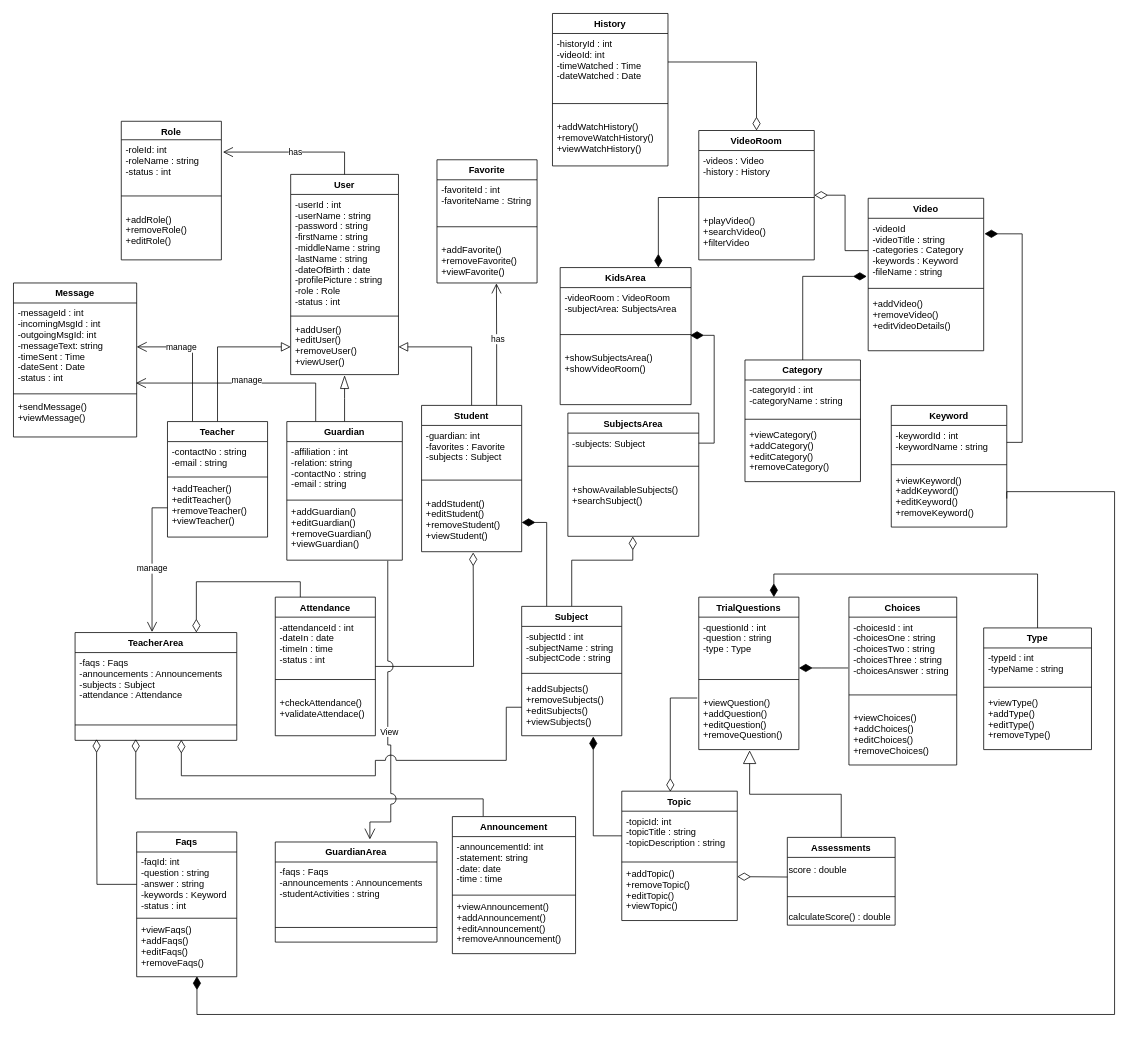
Earlier version of the draw.io diagram page "ClassDiagram" (1 of 10) of REVISIONS 5-30-2021/UML-DIAGRAMS/5-29-2021 Diagrams.drawio (mrklglsn/CAPSTONE-FILES). Source tidied: cells renumbered, new cells numbered last; positions are measured from the earlier drawing's top-left corner, leaving out a move shared by most shapes. Both pictures are drawn from the tidied source at 77%, with x=0, y=0 at pixel (13, 13).
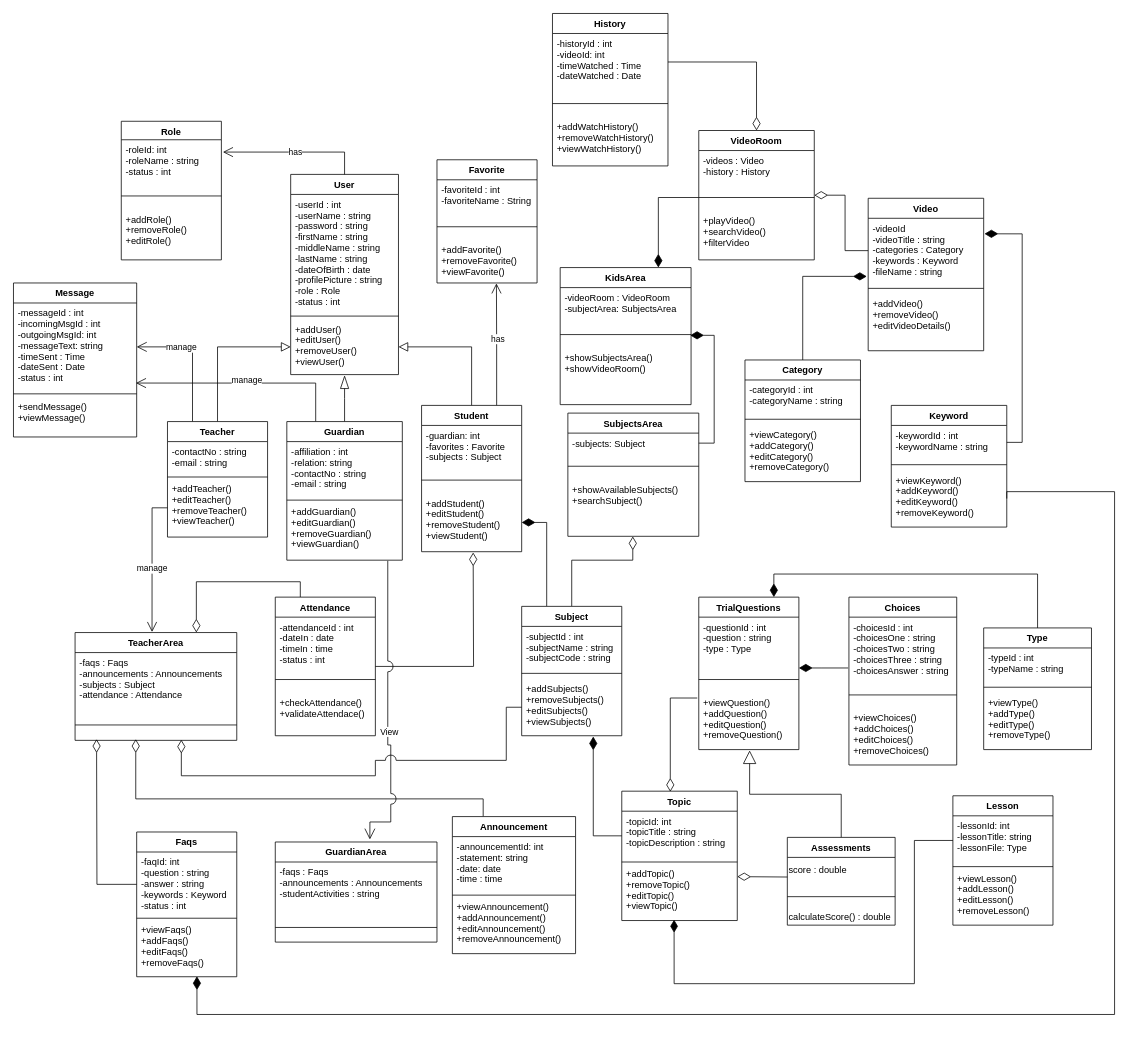
The same page after the edit.

The change refers to these unchanged cells:
```xml
<mxCell id="70" value="+addTopic()&#10;+removeTopic()&#10;+editTopic()&#10;+viewTopic()" style="text;strokeColor=none;fillColor=none;align=left;verticalAlign=top;spacingLeft=4;spacingRight=4;overflow=hidden;points=[[0,0.5],[1,0.5]];portConstraint=eastwest;" parent="67" vertex="1">
  <mxGeometry y="94" width="150" height="74" as="geometry" />
</mxCell>
```

The edit, as a diff of the source:
```diff
@@
+    <mxCell id="134" value="Lesson" style="swimlane;fontStyle=1;align=center;verticalAlign=top;horizontal=1;startSize=26;" parent="1" vertex="1">
+      <mxGeometry x="1220" y="1016" width="130" height="168" as="geometry" />
+    </mxCell>
+    <mxCell id="135" value="-lessonId: int&#10;-lessonTitle: string&#10;-lessonFile: Type" style="text;strokeColor=none;fillColor=none;align=left;verticalAlign=top;spacingLeft=4;spacingRight=4;overflow=hidden;points=[[0,0.5],[1,0.5]];portConstraint=eastwest;" parent="134" vertex="1">
+      <mxGeometry y="26" width="130" height="64" as="geometry" />
+    </mxCell>
+    <mxCell id="136" style="line;strokeWidth=1;fillColor=none;align=left;verticalAlign=middle;spacingTop=-1;spacingLeft=3;spacingRight=3;labelPosition=right;" parent="134" vertex="1">
+      <mxGeometry y="90" width="130" height="4" as="geometry" />
+    </mxCell>
+    <mxCell id="137" value="+viewLesson()&#10;+addLesson()&#10;+editLesson()&#10;+removeLesson()" style="text;strokeColor=none;fillColor=none;align=left;verticalAlign=top;spacingLeft=4;spacingRight=4;overflow=hidden;" parent="134" vertex="1">
+      <mxGeometry y="94" width="130" height="74" as="geometry" />
+    </mxCell>
+    <mxCell id="138" style="edgeStyle=orthogonalEdgeStyle;rounded=0;jettySize=auto;html=1;exitX=0;exitY=0.5;exitDx=0;exitDy=0;entryX=0.453;entryY=0.986;entryDx=0;entryDy=0;entryPerimeter=0;endArrow=diamondThin;endFill=1;endSize=14;" parent="1" edge="1" source="135" target="70">
+      <mxGeometry relative="1" as="geometry">
+        <Array as="points">
+          <mxPoint x="1170" y="1074" />
+          <mxPoint x="1170" y="1260" />
+          <mxPoint x="858" y="1260" />
+        </Array>
+      </mxGeometry>
+    </mxCell>
```
